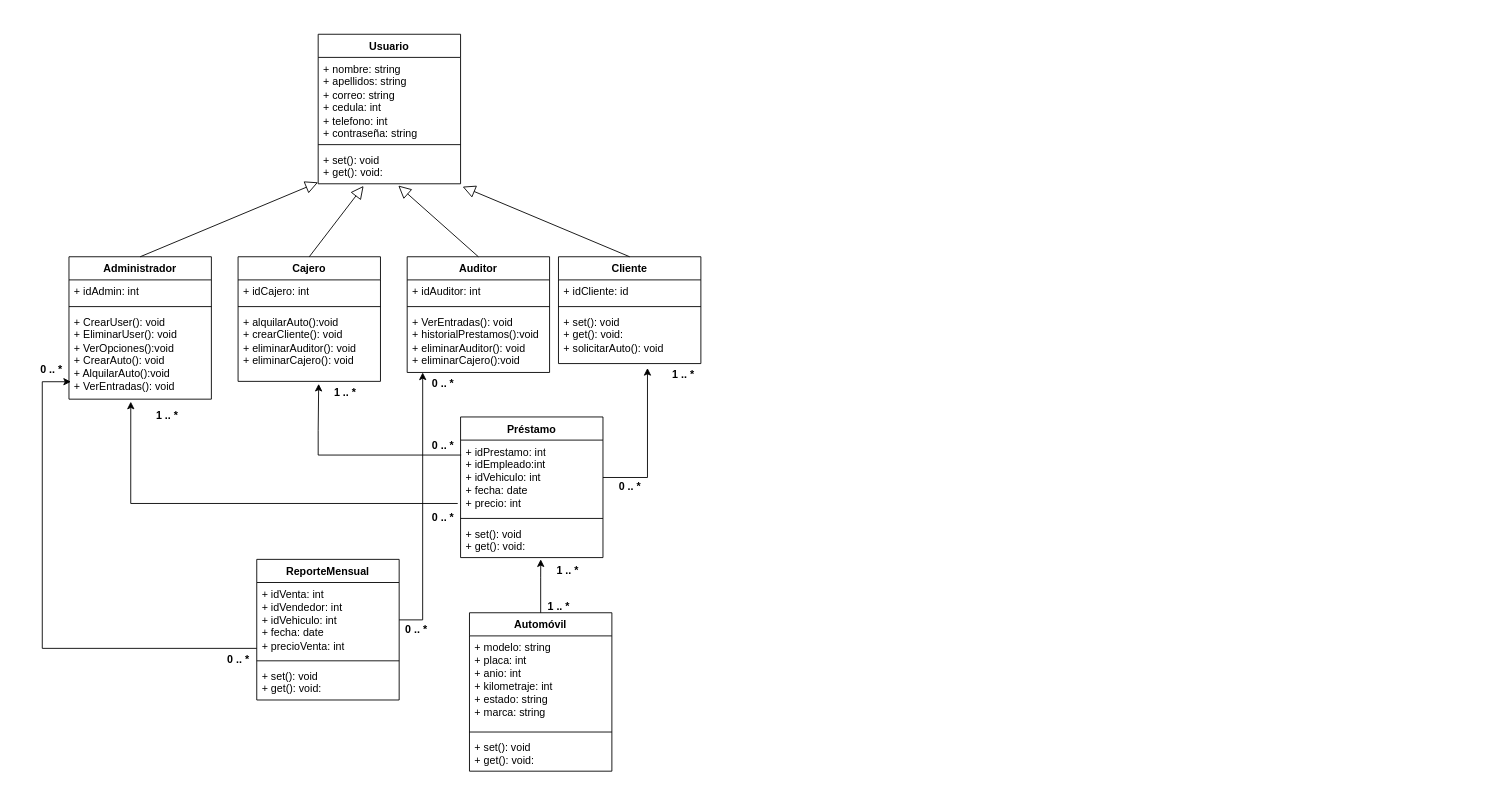
KevinCordoba/RepositoriodeDiagramas keeps this draw.io diagram as page "Diagrama de clases" (2 of 3) of TC14.drawio. Above is the earlier version. Source tidied: cells renumbered, new cells numbered last; positions are measured from the earlier drawing's top-left corner, leaving out a move shared by most shapes. Both pictures are drawn from the tidied source at 89%, with x=0, y=0 at pixel (15, 34).
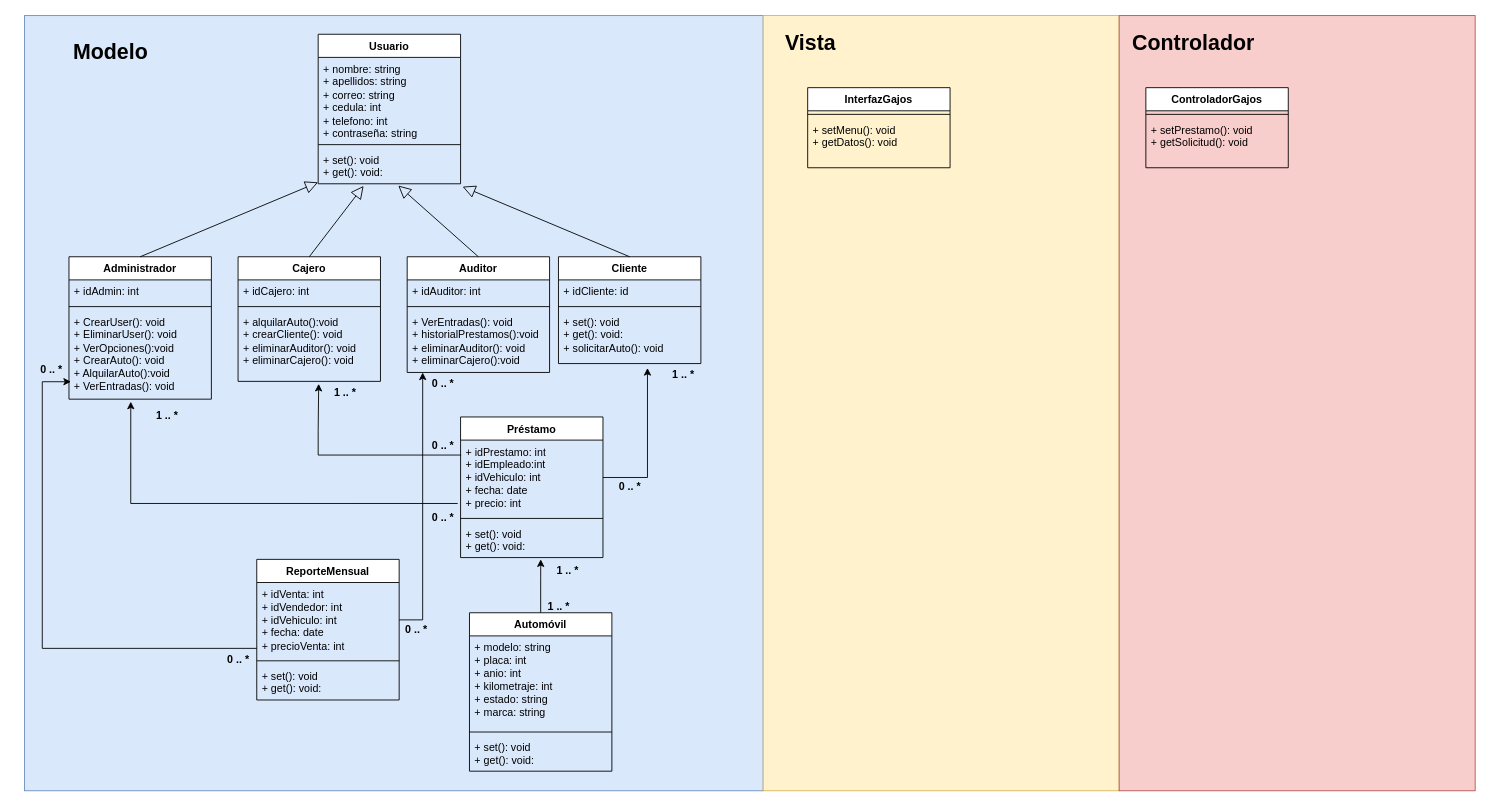
The same page after the edit.

Change to the diagram source:
```diff
@@
+    <mxCell id="56" style="rounded=0;whiteSpace=wrap;html=1;fillColor=#dae8fc;strokeColor=#6c8ebf;" parent="1" vertex="1">
+      <mxGeometry x="10" y="-21" width="830" height="871" as="geometry" />
+    </mxCell>
@@
+    <mxCell id="57" style="rounded=0;whiteSpace=wrap;html=1;fillColor=#fff2cc;strokeColor=#d6b656;" parent="1" vertex="1">
+      <mxGeometry x="840" y="-21" width="400" height="871" as="geometry" />
+    </mxCell>
+    <mxCell id="58" style="rounded=0;whiteSpace=wrap;html=1;fillColor=#f8cecc;strokeColor=#b85450;" parent="1" vertex="1">
+      <mxGeometry x="1240" y="-21" width="400" height="871" as="geometry" />
+    </mxCell>
+    <mxCell id="59" value="&lt;h1&gt;Modelo&lt;/h1&gt;" style="text;html=1;strokeColor=none;fillColor=none;spacing=5;spacingTop=-20;whiteSpace=wrap;overflow=hidden;rounded=0;" parent="1" vertex="1">
+      <mxGeometry x="60" width="190" height="60" as="geometry" />
+    </mxCell>
+    <mxCell id="60" value="&lt;h1&gt;Vista&lt;/h1&gt;" style="text;html=1;strokeColor=none;fillColor=none;spacing=5;spacingTop=-20;whiteSpace=wrap;overflow=hidden;rounded=0;" parent="1" vertex="1">
+      <mxGeometry x="860" y="-10" width="190" height="60" as="geometry" />
+    </mxCell>
+    <mxCell id="61" value="&lt;h1&gt;Controlador&lt;/h1&gt;" style="text;html=1;strokeColor=none;fillColor=none;spacing=5;spacingTop=-20;whiteSpace=wrap;overflow=hidden;rounded=0;" parent="1" vertex="1">
+      <mxGeometry x="1250" y="-10" width="190" height="60" as="geometry" />
+    </mxCell>
+    <mxCell id="62" value="InterfazGajos" style="swimlane;fontStyle=1;align=center;verticalAlign=top;horizontal=1;startSize=26;whiteSpace=wrap;html=1;" parent="1" vertex="1">
+      <mxGeometry x="890" y="60" width="160" height="90" as="geometry" />
+    </mxCell>
+    <mxCell id="63" style="line;strokeWidth=1;fillColor=none;align=left;verticalAlign=middle;spacingTop=-1;spacingLeft=3;spacingRight=3;labelPosition=right;strokeColor=inherit;" parent="62" vertex="1">
+      <mxGeometry y="26" width="160" height="8" as="geometry" />
+    </mxCell>
+    <mxCell id="64" value="+ setMenu(): void&lt;br&gt;+ getDatos(): void" style="text;strokeColor=none;fillColor=none;align=left;verticalAlign=top;spacingLeft=4;spacingRight=4;overflow=hidden;whiteSpace=wrap;html=1;" parent="62" vertex="1">
+      <mxGeometry y="34" width="160" height="56" as="geometry" />
+    </mxCell>
+    <mxCell id="65" value="ControladorGajos" style="swimlane;fontStyle=1;align=center;verticalAlign=top;horizontal=1;startSize=26;whiteSpace=wrap;html=1;" parent="1" vertex="1">
+      <mxGeometry x="1270" y="60" width="160" height="90" as="geometry" />
+    </mxCell>
+    <mxCell id="66" style="line;strokeWidth=1;fillColor=none;align=left;verticalAlign=middle;spacingTop=-1;spacingLeft=3;spacingRight=3;labelPosition=right;strokeColor=inherit;" parent="65" vertex="1">
+      <mxGeometry y="26" width="160" height="8" as="geometry" />
+    </mxCell>
+    <mxCell id="67" value="+ setPrestamo(): void&lt;br&gt;+ getSolicitud(): void" style="text;strokeColor=none;fillColor=none;align=left;verticalAlign=top;spacingLeft=4;spacingRight=4;overflow=hidden;whiteSpace=wrap;html=1;" parent="65" vertex="1">
+      <mxGeometry y="34" width="160" height="56" as="geometry" />
+    </mxCell>
```
